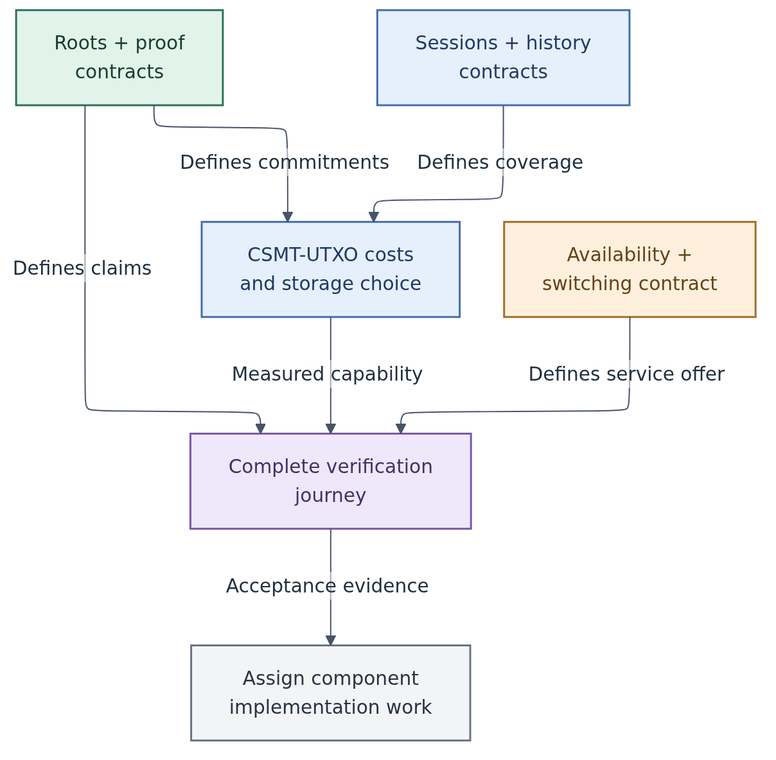
Above: docs/diagrams/roadmap.png in lambdasistemi/lockness (Mermaid), before the change. Its source is kept beside it as docs/diagrams/roadmap.mmd.
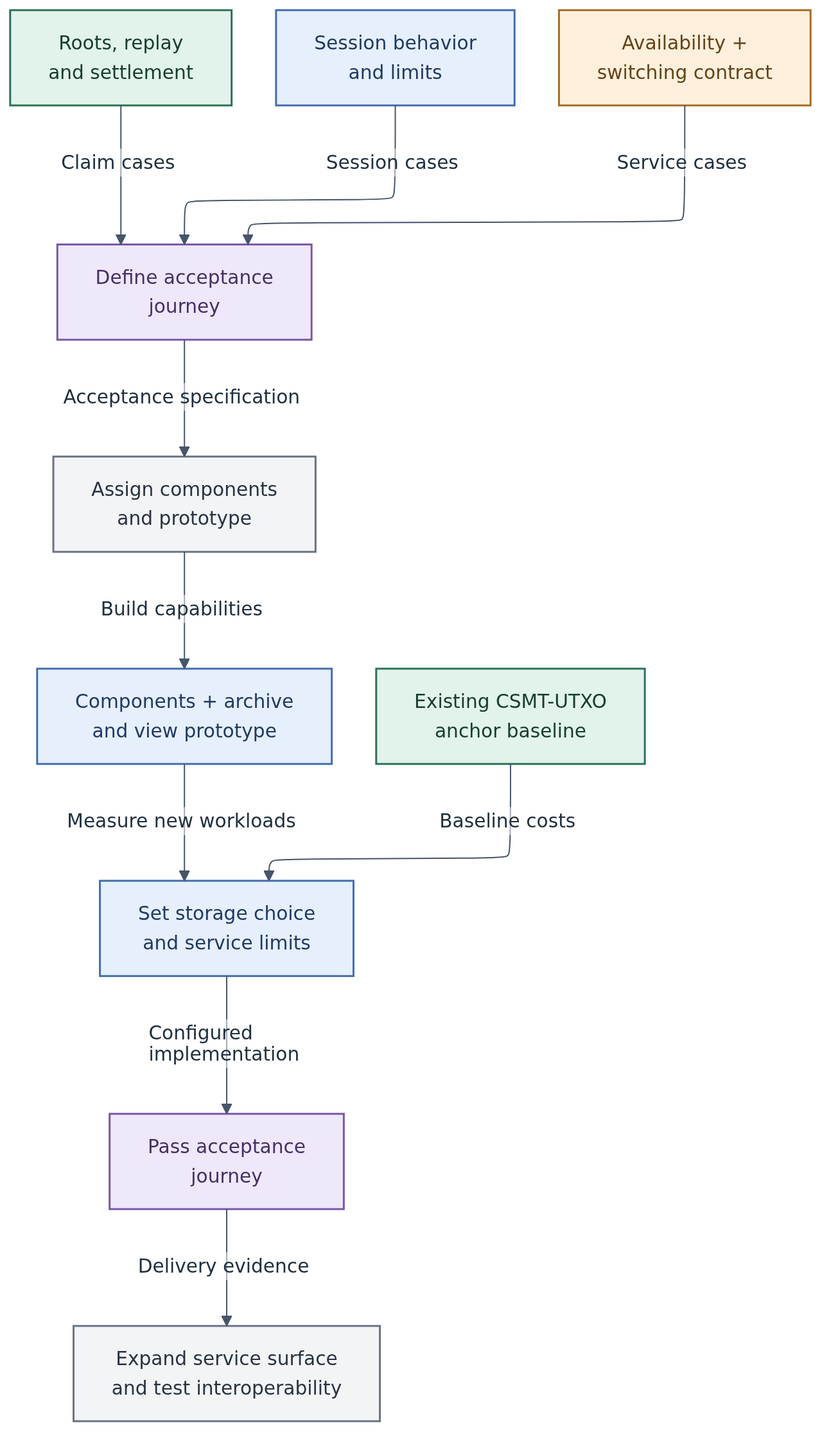
Later version of the same file.

Change to the diagram source:
```diff
@@ -17,12 +17,15 @@
     mergeEdges: false
 ---
 flowchart TB
-    C[Roots + proof<br/>contracts]:::anchor -->|Defines claims| J[Complete verification<br/>journey]:::terminal
-    S[Sessions + history<br/>contracts]:::ledger -->|Defines coverage| M[CSMT-UTXO costs<br/>and storage choice]:::ledger
-    C -->|Defines commitments| M
-    A[Availability +<br/>switching contract]:::app -->|Defines service offer| J
-    M -->|Measured capability| J
-    J -->|Acceptance evidence| I[Assign component<br/>implementation work]:::neutral
+    C[Roots, replay<br/>and settlement]:::anchor -->|Claim cases| D[Define acceptance<br/>journey]:::terminal
+    S[Session behavior<br/>and limits]:::ledger -->|Session cases| D
+    A[Availability +<br/>switching contract]:::app -->|Service cases| D
+    D -->|Acceptance specification| I[Assign components<br/>and prototype]:::neutral
+    I -->|Build capabilities| P[Components + archive<br/>and view prototype]:::ledger
+    P -->|Measure new workloads| M[Set storage choice<br/>and service limits]:::ledger
+    B[Existing CSMT-UTXO<br/>anchor baseline]:::anchor -->|Baseline costs| M
+    M -->|Configured implementation| J[Pass acceptance<br/>journey]:::terminal
+    J -->|Delivery evidence| E[Expand service surface<br/>and test interoperability]:::neutral
     classDef anchor fill:#e1f3eb,stroke:#2c7155,stroke-width:1.5px,color:#163d2e
     classDef ledger fill:#e6effc,stroke:#416dad,stroke-width:1.5px,color:#203a63
     classDef app fill:#fff0dd,stroke:#a46b25,stroke-width:1.5px,color:#644317
```
